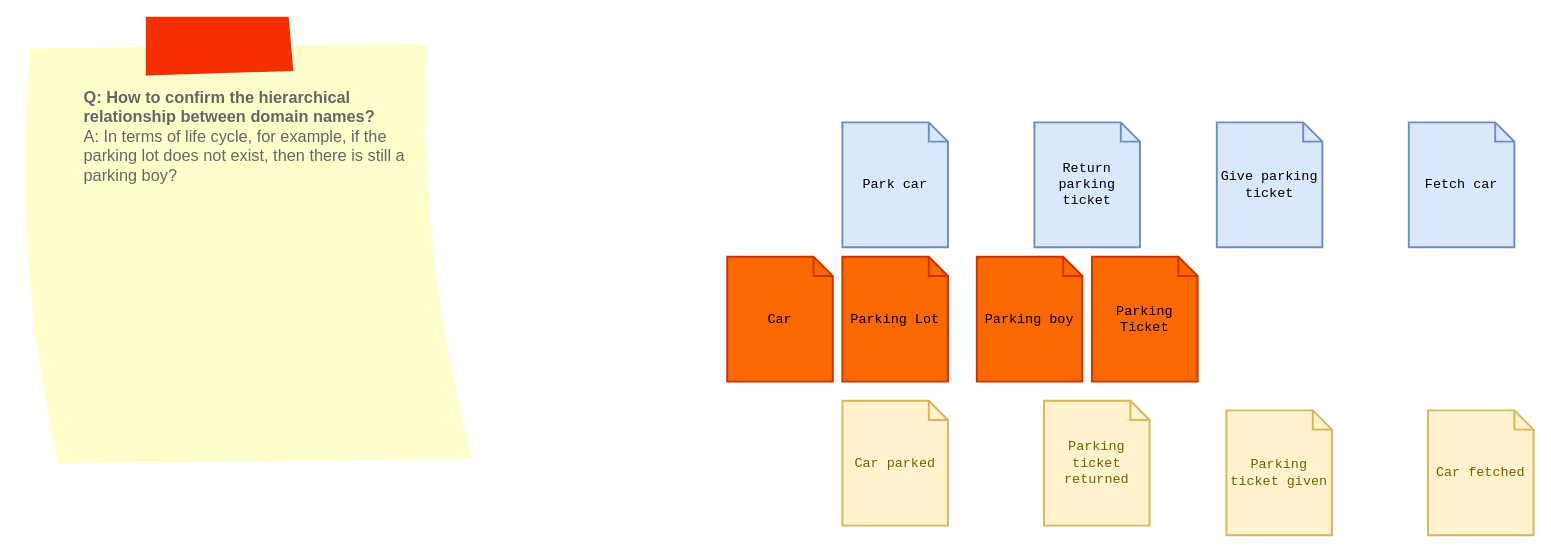
Earlier version of the draw.io diagram page "Doman Name" (3 of 3) of docs/Event Storming.drawio (TWA-Agile-Full-Stack-Bootcamp-2022/ParkingLot). Source tidied: cells renumbered, new cells numbered last; positions are measured from the earlier drawing's top-left corner, leaving out a move shared by most shapes. Both pictures are drawn from the tidied source at 96%, with x=0, y=0 at pixel (16, 16).
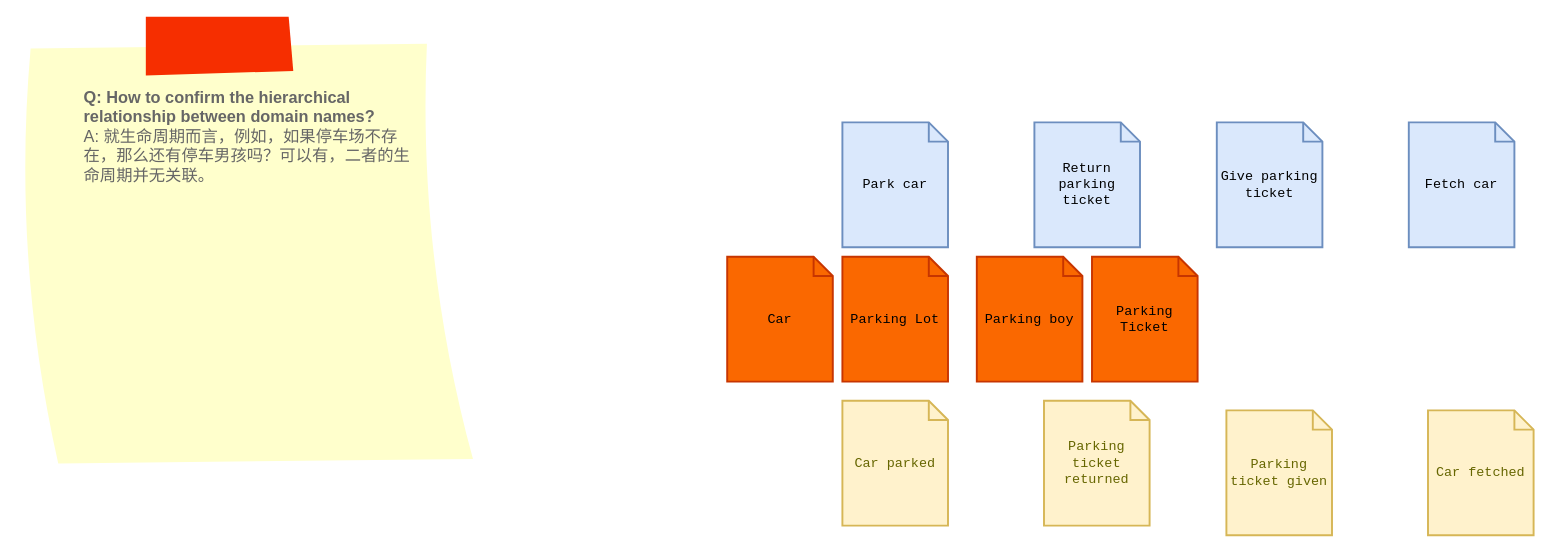
The same diagram, later.

The edit, as a diff of the source:
```diff
@@
 <mxGraphModel>
   <root>
     <mxCell id="0" />
     <mxCell id="1" parent="0" />
     <mxCell id="2" value="Park car" style="shape=note;strokeWidth=2;fontSize=14;size=20;whiteSpace=wrap;html=1;fillColor=#dae8fc;strokeColor=#6c8ebf;hachureGap=4;fontFamily=Courier New;rounded=1;" parent="1" vertex="1">
       <mxGeometry x="860" y="110" width="110" height="130" as="geometry" />
     </mxCell>
     <mxCell id="3" value="Return parking ticket" style="shape=note;strokeWidth=2;fontSize=14;size=20;whiteSpace=wrap;html=1;fillColor=#dae8fc;strokeColor=#6c8ebf;hachureGap=4;fontFamily=Courier New;rounded=1;" parent="1" vertex="1">
       <mxGeometry x="1060" y="110" width="110" height="130" as="geometry" />
     </mxCell>
     <mxCell id="4" value="Give parking ticket" style="shape=note;strokeWidth=2;fontSize=14;size=20;whiteSpace=wrap;html=1;fillColor=#dae8fc;strokeColor=#6c8ebf;hachureGap=4;fontFamily=Courier New;rounded=1;" parent="1" vertex="1">
       <mxGeometry x="1250" y="110" width="110" height="130" as="geometry" />
     </mxCell>
     <mxCell id="5" value="Fetch car" style="shape=note;strokeWidth=2;fontSize=14;size=20;whiteSpace=wrap;html=1;fillColor=#dae8fc;strokeColor=#6c8ebf;hachureGap=4;fontFamily=Courier New;rounded=1;" parent="1" vertex="1">
       <mxGeometry x="1450" y="110" width="110" height="130" as="geometry" />
     </mxCell>
     <mxCell id="6" value="Car parked" style="shape=note;strokeWidth=2;fontSize=14;size=20;whiteSpace=wrap;html=1;fillColor=#fff2cc;strokeColor=#d6b656;fontColor=#666600;hachureGap=4;fontFamily=Courier New;rounded=1;" parent="1" vertex="1">
       <mxGeometry x="860" y="400" width="110" height="130" as="geometry" />
     </mxCell>
     <mxCell id="7" value="Parking ticket returned" style="shape=note;strokeWidth=2;fontSize=14;size=20;whiteSpace=wrap;html=1;fillColor=#fff2cc;strokeColor=#d6b656;fontColor=#666600;hachureGap=4;fontFamily=Courier New;rounded=1;" parent="1" vertex="1">
       <mxGeometry x="1070" y="400" width="110" height="130" as="geometry" />
     </mxCell>
     <mxCell id="8" value="Parking ticket given" style="shape=note;strokeWidth=2;fontSize=14;size=20;whiteSpace=wrap;html=1;fillColor=#fff2cc;strokeColor=#d6b656;fontColor=#666600;hachureGap=4;fontFamily=Courier New;rounded=1;" parent="1" vertex="1">
       <mxGeometry x="1260" y="410" width="110" height="130" as="geometry" />
     </mxCell>
     <mxCell id="9" value="Car fetched" style="shape=note;strokeWidth=2;fontSize=14;size=20;whiteSpace=wrap;html=1;fillColor=#fff2cc;strokeColor=#d6b656;fontColor=#666600;hachureGap=4;fontFamily=Courier New;rounded=1;" parent="1" vertex="1">
       <mxGeometry x="1470" y="410" width="110" height="130" as="geometry" />
     </mxCell>
     <mxCell id="10" value="Parking Lot" style="shape=note;strokeWidth=2;fontSize=14;size=20;whiteSpace=wrap;html=1;fillColor=#fa6800;strokeColor=#C73500;hachureGap=4;fontFamily=Courier New;rounded=1;fontColor=#000000;" parent="1" vertex="1">
       <mxGeometry x="860" y="250" width="110" height="130" as="geometry" />
     </mxCell>
     <mxCell id="11" value="Car" style="shape=note;strokeWidth=2;fontSize=14;size=20;whiteSpace=wrap;html=1;fillColor=#fa6800;strokeColor=#C73500;hachureGap=4;fontFamily=Courier New;rounded=1;fontColor=#000000;" parent="1" vertex="1">
       <mxGeometry x="740" y="250" width="110" height="130" as="geometry" />
     </mxCell>
     <mxCell id="12" value="Parking boy" style="shape=note;strokeWidth=2;fontSize=14;size=20;whiteSpace=wrap;html=1;fillColor=#fa6800;strokeColor=#C73500;hachureGap=4;fontFamily=Courier New;rounded=1;fontColor=#000000;" parent="1" vertex="1">
       <mxGeometry x="1000" y="250" width="110" height="130" as="geometry" />
     </mxCell>
     <mxCell id="13" value="Parking Ticket" style="shape=note;strokeWidth=2;fontSize=14;size=20;whiteSpace=wrap;html=1;fillColor=#fa6800;strokeColor=#C73500;hachureGap=4;fontFamily=Courier New;rounded=1;fontColor=#000000;" parent="1" vertex="1">
       <mxGeometry x="1120" y="250" width="110" height="130" as="geometry" />
     </mxCell>
-    <mxCell id="14" value="&lt;b&gt;Q:&amp;nbsp;How to confirm the hierarchical relationship between domain names?&lt;/b&gt;&lt;br&gt;A: In terms of life cycle, for example, if the parking lot does not exist, then there is still a parking boy?" style="strokeWidth=1;shadow=0;dashed=0;align=left;html=1;shape=mxgraph.mockup.text.stickyNote2;fontColor=#666666;mainText=;fontSize=17;whiteSpace=wrap;fillColor=#ffffcc;strokeColor=#F62E00;verticalAlign=top;spacing=70;" parent="1" vertex="1">
+    <mxCell id="14" value="&lt;b&gt;Q:&amp;nbsp;How to confirm the hierarchical relationship between domain names?&lt;/b&gt;&lt;br&gt;A: 就生命周期而言，例如，如果停车场不存在，那么还有停车男孩吗？可以有，二者的生命周期并无关联。" style="strokeWidth=1;shadow=0;dashed=0;align=left;html=1;shape=mxgraph.mockup.text.stickyNote2;fontColor=#666666;mainText=;fontSize=17;whiteSpace=wrap;fillColor=#ffffcc;strokeColor=#F62E00;verticalAlign=top;spacing=70;" parent="1" vertex="1">
       <mxGeometry width="480" height="470" as="geometry" />
     </mxCell>
   </root>
 </mxGraphModel>
```
